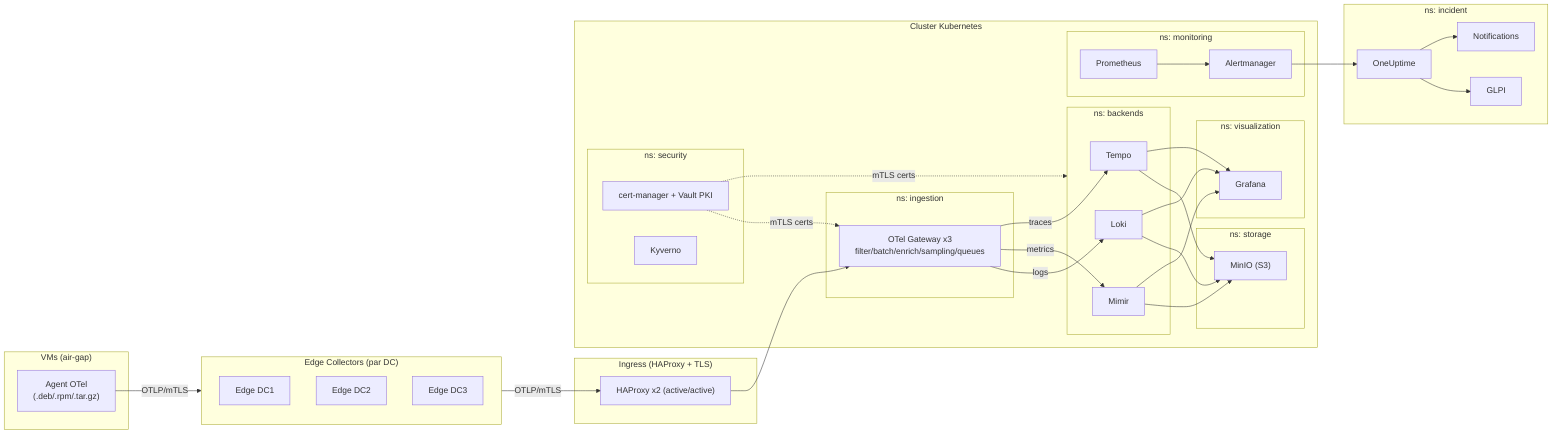
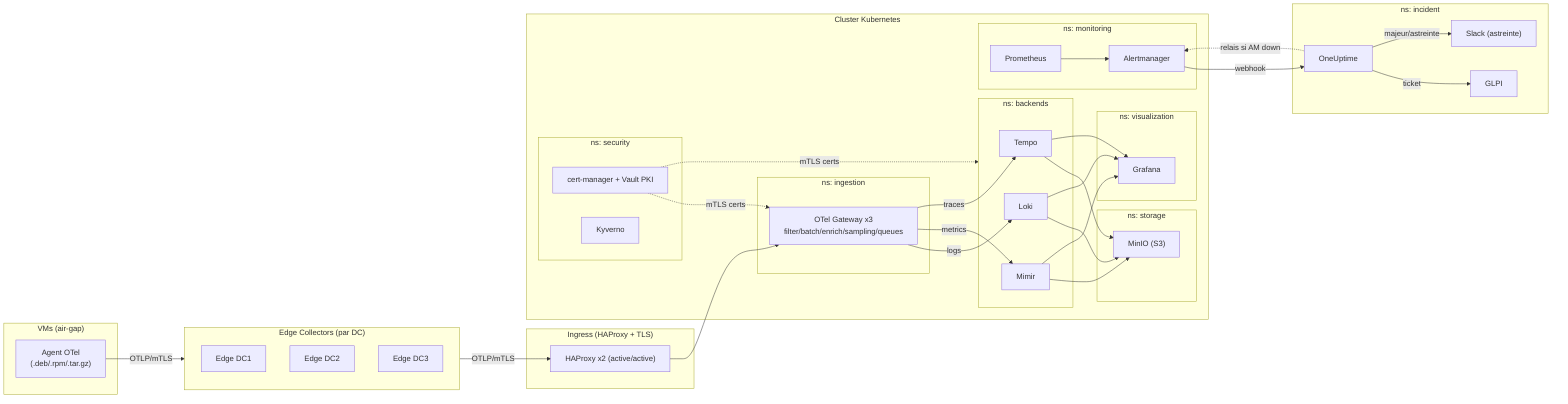
flowchart LR
  subgraph VMS["VMs (air-gap)"]
    OTEL["Agent OTel\n(.deb/.rpm/.tar.gz)"]
  end

  subgraph EDGE["Edge Collectors (par DC)"]
    E1["Edge DC1"]
    E2["Edge DC2"]
    E3["Edge DC3"]
  end

  subgraph PE["Ingress (HAProxy + TLS)"]
    LB["HAProxy x2 (active/active)"]
  end

  subgraph K8S["Cluster Kubernetes"]
    subgraph ING["ns: ingestion"]
      GW["OTel Gateway x3\nfilter/batch/enrich/sampling/queues"]
    end
    subgraph BK["ns: backends"]
      L["Loki"]
      M["Mimir"]
      T["Tempo"]
    end
    subgraph ST["ns: storage"]
      S3["MinIO (S3)"]
    end
    subgraph MON["ns: monitoring"]
      P["Prometheus"]
      AM["Alertmanager"]
    end
    subgraph VIS["ns: visualization"]
      GF["Grafana"]
    end
    subgraph SEC["ns: security"]
      CM["cert-manager + Vault PKI"]
      KY["Kyverno"]
    end
  end

  subgraph INC["ns: incident"]
    OU["OneUptime"]
    GL["GLPI"]
-     NT["Notifications"]
+     SL["Slack (astreinte)"]
  end

  OTEL -->|OTLP/mTLS| EDGE
  EDGE -->|OTLP/mTLS| LB
  LB --> GW
  GW -->|logs| L
  GW -->|metrics| M
  GW -->|traces| T
  L --> S3
  M --> S3
  T --> S3
  L --> GF
  M --> GF
  T --> GF
  P --> AM
-   AM --> OU
-   OU --> GL
-   OU --> NT
+   AM -->|webhook| OU
+   OU -->|ticket| GL
+   OU -->|majeur/astreinte| SL
+   OU -.->|relais si AM down| AM
  CM -.->|mTLS certs| GW
  CM -.->|mTLS certs| BK
